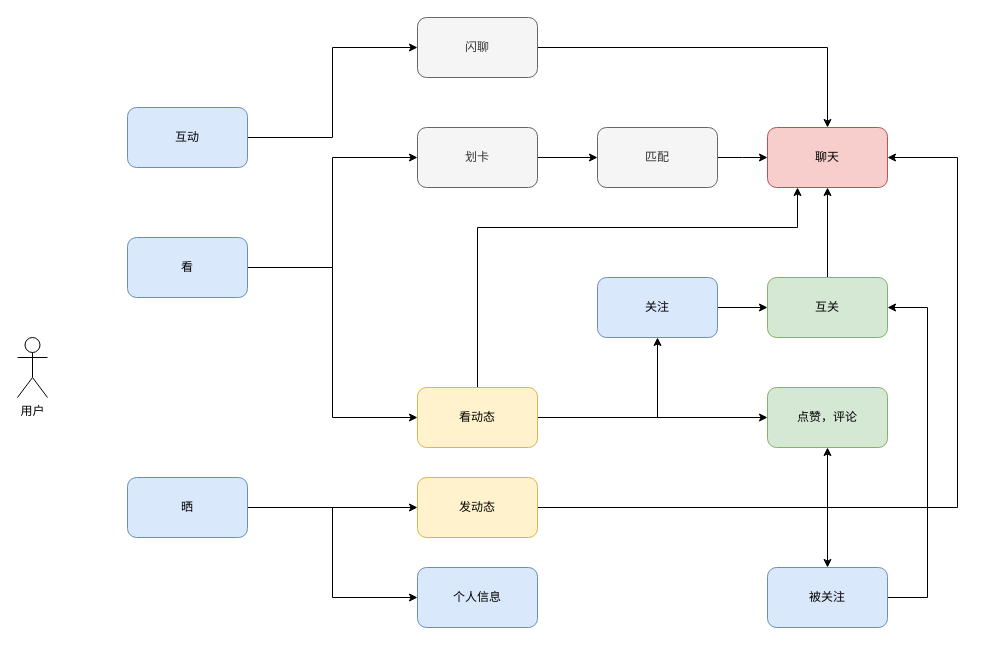
The draw.io diagram sns.drawio in effyroth/drawio2, before the edit. Source tidied: cells renumbered, new cells numbered last; positions are measured from the earlier drawing's top-left corner, leaving out a move shared by most shapes. Both pictures are drawn from the tidied source at 100%, with x=0, y=0 at pixel (17, 17).
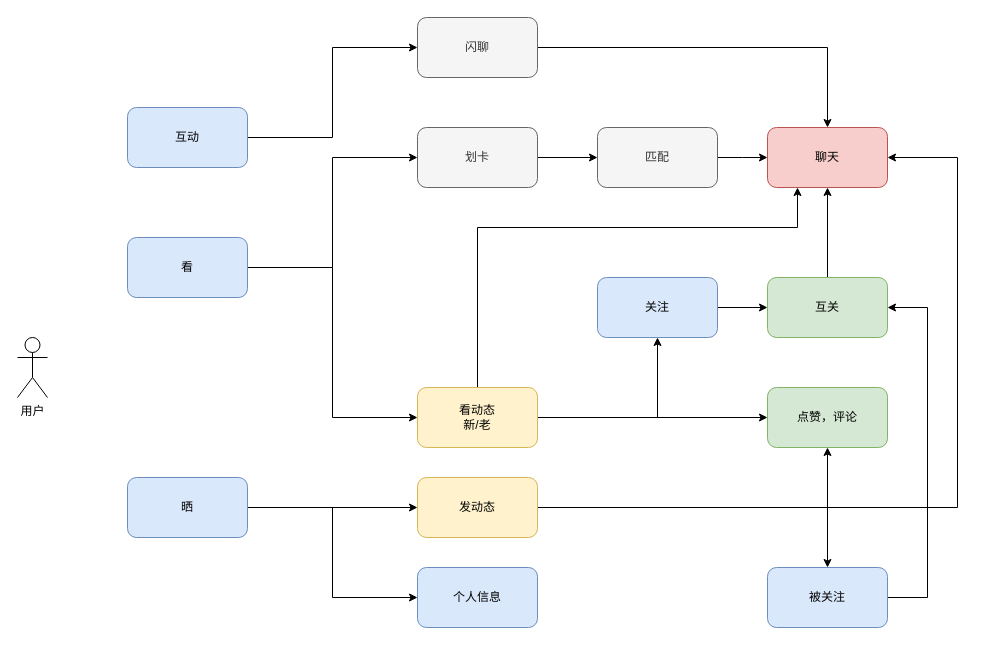
After the change.

The edit, as a diff of the source:
```diff
@@
-    <mxCell id="19" value="看动态" style="rounded=1;whiteSpace=wrap;html=1;fillColor=#fff2cc;strokeColor=#d6b656;" parent="1" vertex="1">
+    <mxCell id="19" value="看动态&lt;br&gt;新/老" style="rounded=1;whiteSpace=wrap;html=1;fillColor=#fff2cc;strokeColor=#d6b656;" parent="1" vertex="1">
       <mxGeometry x="400" y="370" width="120" height="60" as="geometry" />
     </mxCell>
```
